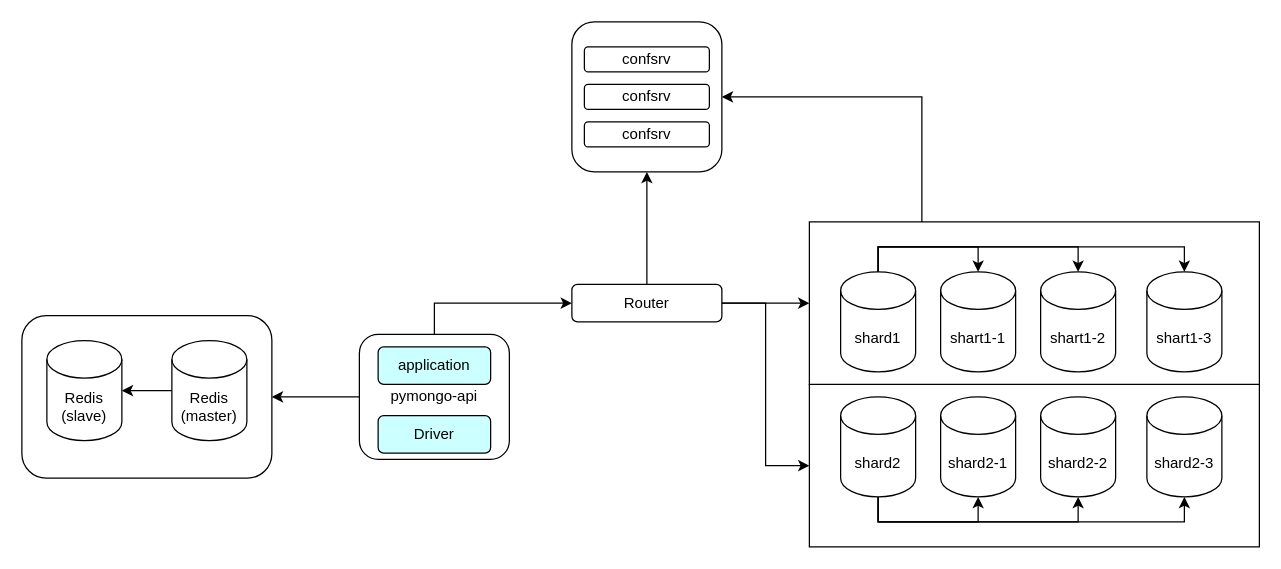
Earlier version of the draw.io diagram page "Task1" (2 of 4) of schem.drawio (dftyni/architecture-mesto). Source tidied: cells renumbered, new cells numbered last; positions are measured from the earlier drawing's top-left corner, leaving out a move shared by most shapes. Both pictures are drawn from the tidied source at 125%, with x=0, y=0 at pixel (21, 21).
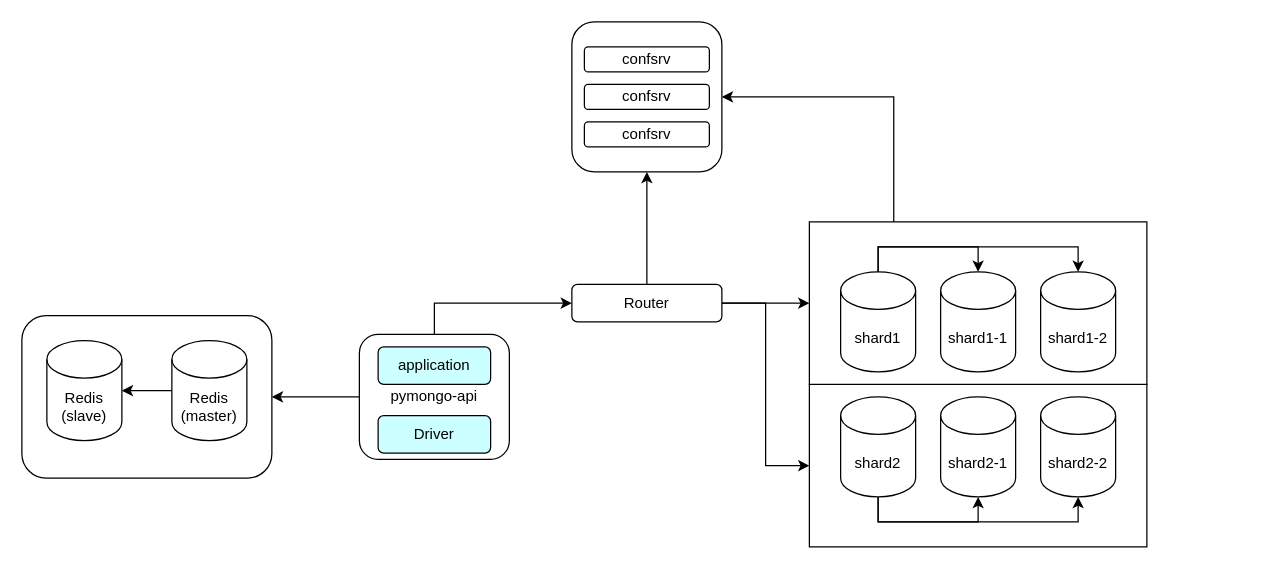
The same page after the edit.

The change refers to these unchanged cells:
```xml
<mxCell id="5" value="&lt;div&gt;shard1&lt;/div&gt;" style="shape=cylinder3;whiteSpace=wrap;html=1;boundedLbl=1;backgroundOutline=1;size=15;" parent="1" vertex="1">
  <mxGeometry x="655" y="200" width="60" height="80" as="geometry" />
</mxCell>
<mxCell id="12" value="&lt;div&gt;shard2&lt;/div&gt;" style="shape=cylinder3;whiteSpace=wrap;html=1;boundedLbl=1;backgroundOutline=1;size=15;" parent="1" vertex="1">
  <mxGeometry x="655" y="300" width="60" height="80" as="geometry" />
</mxCell>
```

What changed in the source:
```diff
@@
     <mxCell id="2" style="rounded=0;whiteSpace=wrap;html=1;" parent="1" vertex="1">
-      <mxGeometry x="630" y="290" width="360" height="130" as="geometry" />
+      <mxGeometry x="630" y="290" width="270" height="130" as="geometry" />
     </mxCell>
     <mxCell id="3" style="rounded=0;whiteSpace=wrap;html=1;" parent="1" vertex="1">
-      <mxGeometry x="630" y="160" width="360" height="130" as="geometry" />
+      <mxGeometry x="630" y="160" width="270" height="130" as="geometry" />
     </mxCell>
@@
-    <mxCell id="10" value="shart1-1" style="shape=cylinder3;whiteSpace=wrap;html=1;boundedLbl=1;backgroundOutline=1;size=15;" parent="1" vertex="1">
+    <mxCell id="10" value="shard1-1" style="shape=cylinder3;whiteSpace=wrap;html=1;boundedLbl=1;backgroundOutline=1;size=15;" parent="1" vertex="1">
       <mxGeometry x="735" y="200" width="60" height="80" as="geometry" />
     </mxCell>
-    <mxCell id="11" value="shart1-2" style="shape=cylinder3;whiteSpace=wrap;html=1;boundedLbl=1;backgroundOutline=1;size=15;" parent="1" vertex="1">
+    <mxCell id="11" value="shard1-2" style="shape=cylinder3;whiteSpace=wrap;html=1;boundedLbl=1;backgroundOutline=1;size=15;" parent="1" vertex="1">
       <mxGeometry x="815" y="200" width="60" height="80" as="geometry" />
     </mxCell>
@@
-    <mxCell id="32" value="shart1-3" style="shape=cylinder3;whiteSpace=wrap;html=1;boundedLbl=1;backgroundOutline=1;size=15;" parent="1" vertex="1">
-      <mxGeometry x="900" y="200" width="60" height="80" as="geometry" />
-    </mxCell>
-    <mxCell id="33" style="edgeStyle=orthogonalEdgeStyle;rounded=0;jettySize=auto;html=1;entryX=0.5;entryY=0;entryDx=0;entryDy=0;entryPerimeter=0;exitX=0.5;exitY=0;exitDx=0;exitDy=0;exitPerimeter=0;" parent="1" edge="1" source="5" target="32">
-      <mxGeometry relative="1" as="geometry" />
-    </mxCell>
-    <mxCell id="34" value="shard2-3" style="shape=cylinder3;whiteSpace=wrap;html=1;boundedLbl=1;backgroundOutline=1;size=15;" parent="1" vertex="1">
-      <mxGeometry x="900" y="300" width="60" height="80" as="geometry" />
-    </mxCell>
-    <mxCell id="35" style="edgeStyle=orthogonalEdgeStyle;rounded=0;jettySize=auto;html=1;entryX=0.5;entryY=1;entryDx=0;entryDy=0;entryPerimeter=0;exitX=0.5;exitY=1;exitDx=0;exitDy=0;exitPerimeter=0;" parent="1" edge="1" source="12" target="34">
-      <mxGeometry relative="1" as="geometry" />
-    </mxCell>
```
